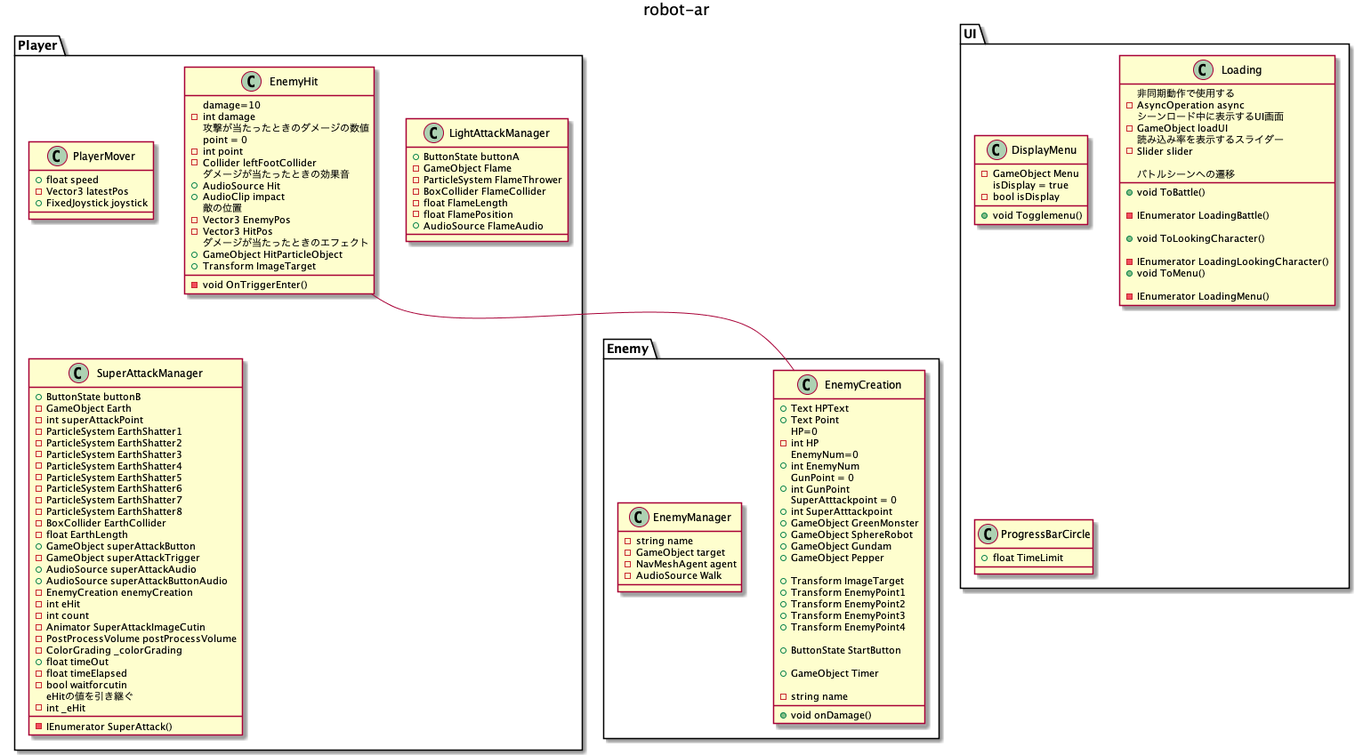
Earlier version of the PlantUML export plantuml/uml/robot-ar.png (masaki11111/robot-ar).
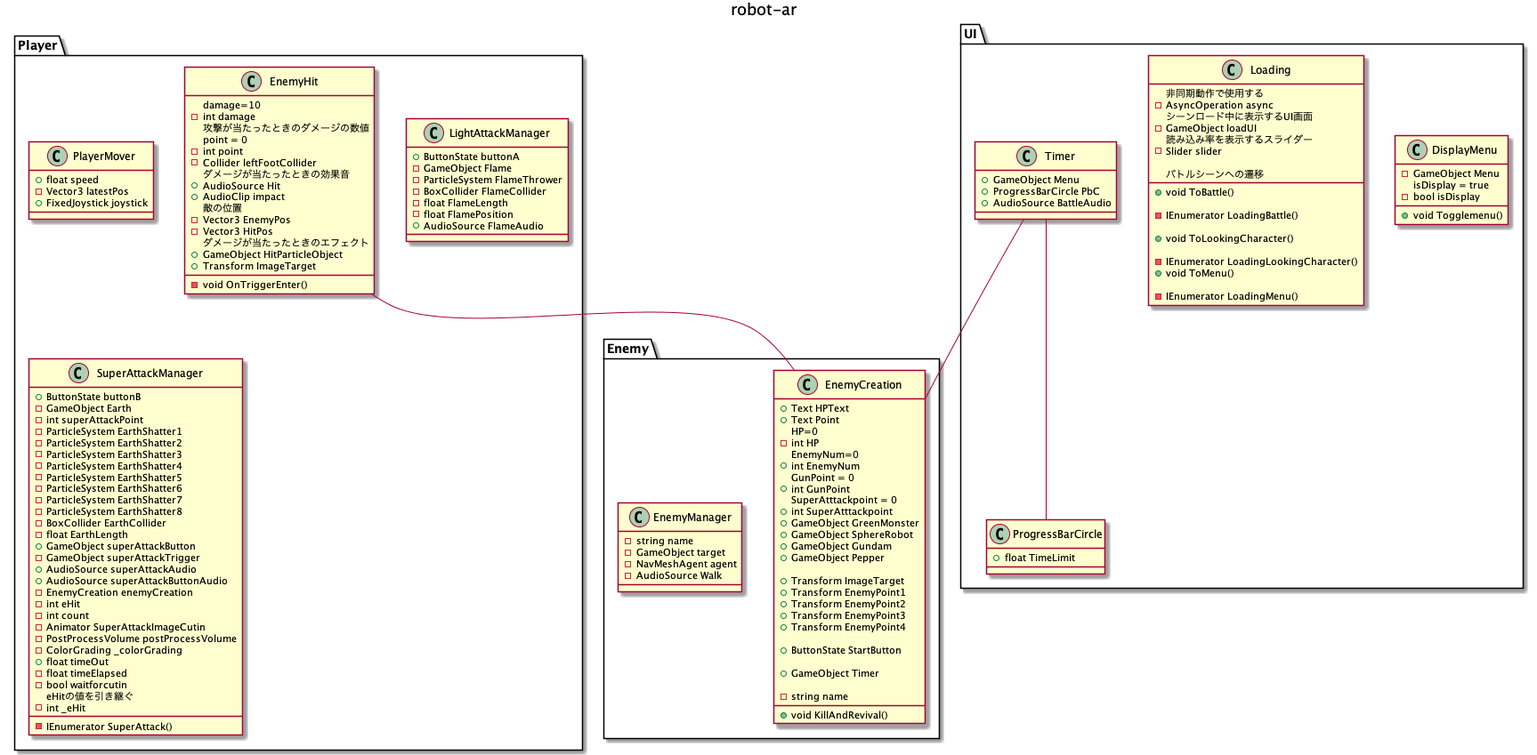
Above is the later version.

The edit, as a diff of the source:
```diff
@@ -30,7 +30,7 @@
 
         - string name
 
-        + void onDamage()
+        + void KillAndRevival()
     }
 
     class EnemyManager {
@@ -152,8 +152,14 @@
     class ProgressBarCircle{
         + float TimeLimit
     }
+    class Timer{
+    + GameObject Menu
+	+ ProgressBarCircle PbC
+	+ AudioSource BattleAudio
+    }
 }
 
 EnemyHit -- EnemyCreation
-
+Timer -- ProgressBarCircle
+Timer -- EnemyCreation
 @enduml
```
